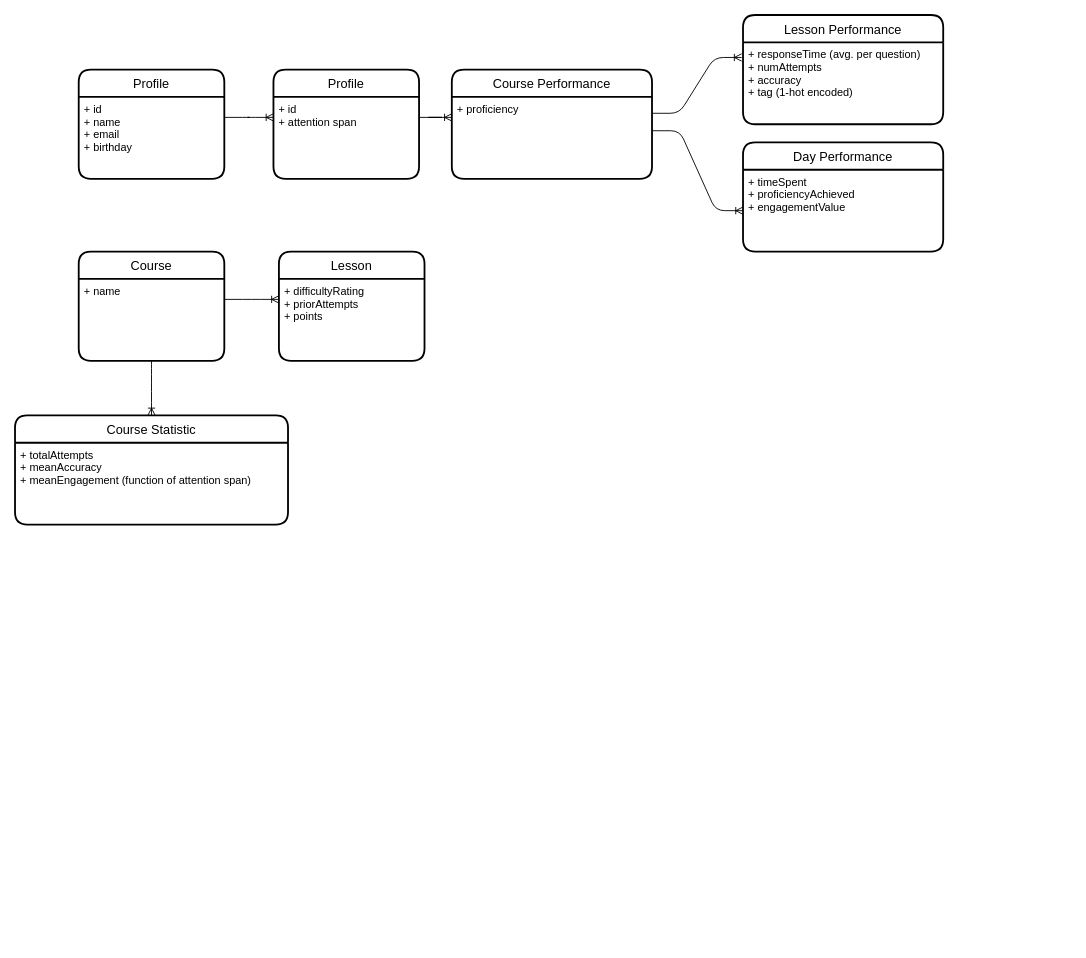
Above: backend/GalacticEd.drawio in kishek2000/accentureHackathon (draw.io), before the change. Source tidied: cells renumbered, new cells numbered last; positions are measured from the earlier drawing's top-left corner, leaving out a move shared by most shapes. Both pictures are drawn from the tidied source at 91%, with x=0, y=0 at pixel (15, 15).
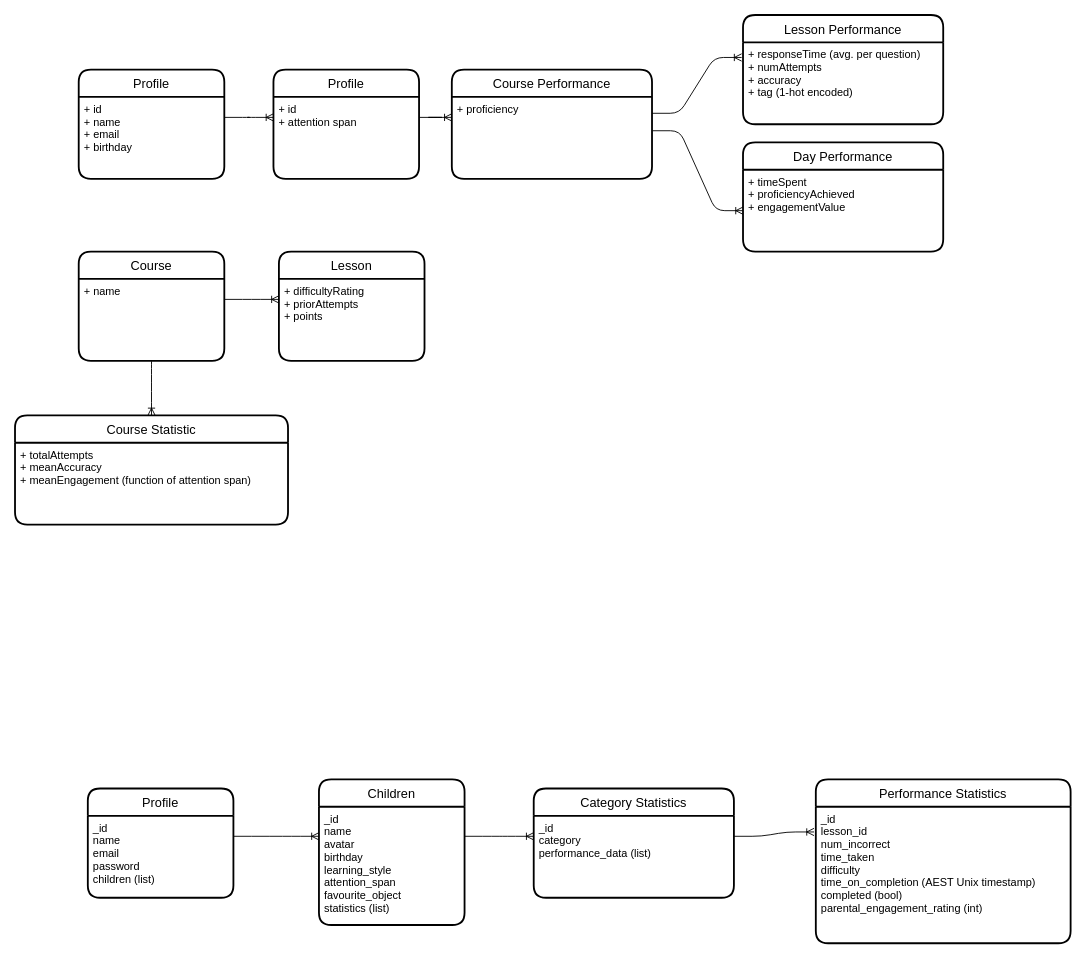
Above is the later version.

Commit message:
Added profile-children-stats hierarchy

The edit, as a diff of the source:
```diff
@@
+    <mxCell id="24" style="edgeStyle=entityRelationEdgeStyle;fontSize=12;html=1;endArrow=ERoneToMany;exitX=1;exitY=0.25;exitDx=0;exitDy=0;entryX=0;entryY=0.25;entryDx=0;entryDy=0;" parent="1" edge="1" source="34" target="26">
+      <mxGeometry relative="1" as="geometry" />
+    </mxCell>
+    <mxCell id="25" value="Children" style="swimlane;horizontal=1;startSize=30;rounded=1;fontSize=14;fontStyle=0;strokeWidth=2;shadow=0;dashed=0;align=center;" parent="1" vertex="1">
+      <mxGeometry x="334" y="840" width="160" height="160" as="geometry" />
+    </mxCell>
+    <mxCell id="26" value="_id&#10;name&#10;avatar&#10;birthday&#10;learning_style&#10;attention_span&#10;favourite_object&#10;statistics (list)" style="align=left;strokeColor=none;fillColor=none;spacingLeft=4;fontSize=12;verticalAlign=top;" parent="25" vertex="1">
+      <mxGeometry y="30" width="160" height="130" as="geometry" />
+    </mxCell>
+    <mxCell id="27" value="Category Statistics" style="swimlane;horizontal=1;startSize=30;rounded=1;fontSize=14;fontStyle=0;strokeWidth=2;shadow=0;dashed=0;align=center;" parent="1" vertex="1">
+      <mxGeometry x="570" y="850" width="220" height="120" as="geometry" />
+    </mxCell>
+    <mxCell id="28" value="_id&#10;category&#10;performance_data (list)" style="align=left;strokeColor=none;fillColor=none;spacingLeft=4;fontSize=12;verticalAlign=top;" parent="27" vertex="1">
+      <mxGeometry y="30" width="220" height="90" as="geometry" />
+    </mxCell>
+    <mxCell id="29" style="edgeStyle=entityRelationEdgeStyle;fontSize=12;html=1;endArrow=ERoneToMany;entryX=0;entryY=0.25;entryDx=0;entryDy=0;exitX=1;exitY=0.25;exitDx=0;exitDy=0;" parent="1" edge="1" source="26" target="28">
+      <mxGeometry relative="1" as="geometry" />
+    </mxCell>
+    <mxCell id="30" value="Performance Statistics" style="swimlane;horizontal=1;startSize=30;rounded=1;fontSize=14;fontStyle=0;strokeWidth=2;shadow=0;dashed=0;align=center;" parent="1" vertex="1">
+      <mxGeometry x="880" y="840" width="280" height="180" as="geometry" />
+    </mxCell>
+    <mxCell id="31" value="_id&#10;lesson_id&#10;num_incorrect&#10;time_taken&#10;difficulty&#10;time_on_completion (AEST Unix timestamp)&#10;completed (bool)&#10;parental_engagement_rating (int)" style="align=left;strokeColor=none;fillColor=none;spacingLeft=4;fontSize=12;verticalAlign=top;" parent="30" vertex="1">
+      <mxGeometry y="30" width="280" height="150" as="geometry" />
+    </mxCell>
+    <mxCell id="32" style="edgeStyle=entityRelationEdgeStyle;fontSize=12;html=1;endArrow=ERoneToMany;entryX=-0.007;entryY=0.185;entryDx=0;entryDy=0;entryPerimeter=0;exitX=1;exitY=0.25;exitDx=0;exitDy=0;" parent="1" edge="1" source="28" target="31">
+      <mxGeometry relative="1" as="geometry" />
+    </mxCell>
+    <mxCell id="33" value="Profile" style="swimlane;horizontal=1;startSize=30;rounded=1;fontSize=14;fontStyle=0;strokeWidth=2;shadow=0;dashed=0;align=center;" parent="1" vertex="1">
+      <mxGeometry x="80" y="850" width="160" height="120" as="geometry" />
+    </mxCell>
+    <mxCell id="34" value="_id&#10;name&#10;email&#10;password&#10;children (list)" style="align=left;strokeColor=none;fillColor=none;spacingLeft=4;fontSize=12;verticalAlign=top;" parent="33" vertex="1">
+      <mxGeometry y="30" width="160" height="90" as="geometry" />
+    </mxCell>
```
